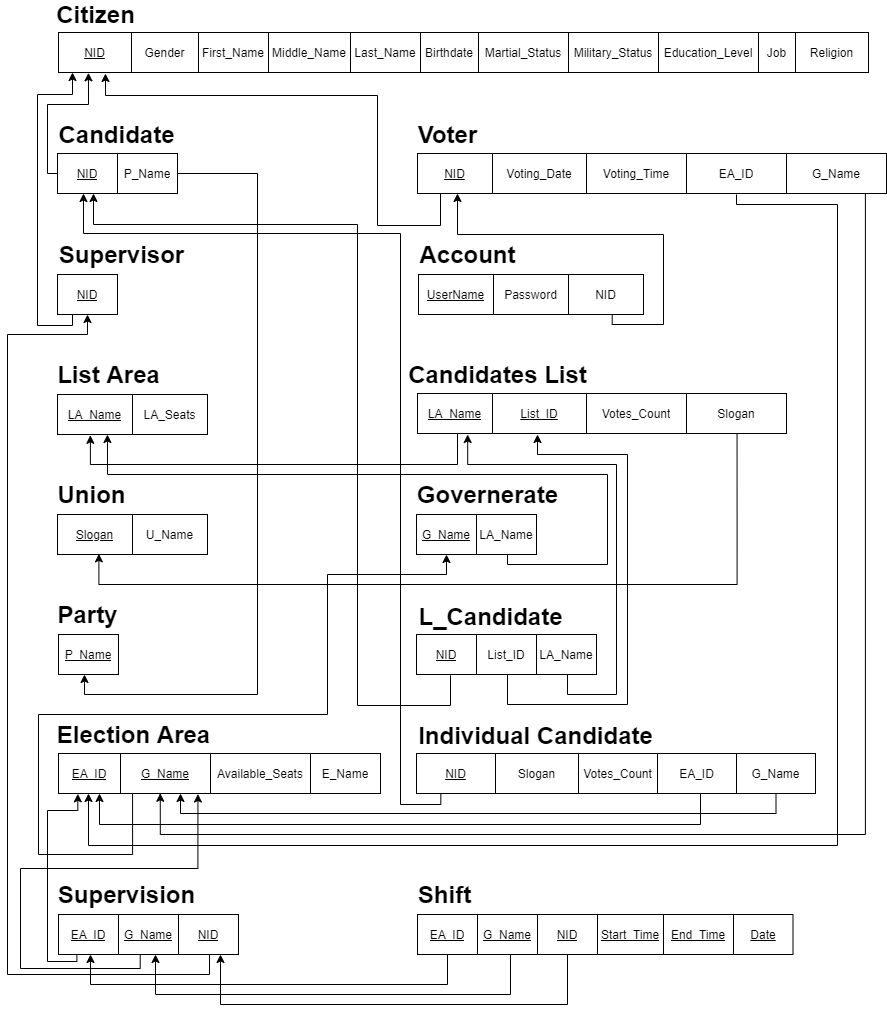
The draw.io diagram schema.png in ziad-khobeiz/e-voting-system, before a commit. Source tidied: cells renumbered, new cells last; positions are measured from the earlier drawing's top-left corner, leaving out a move shared by most shapes.
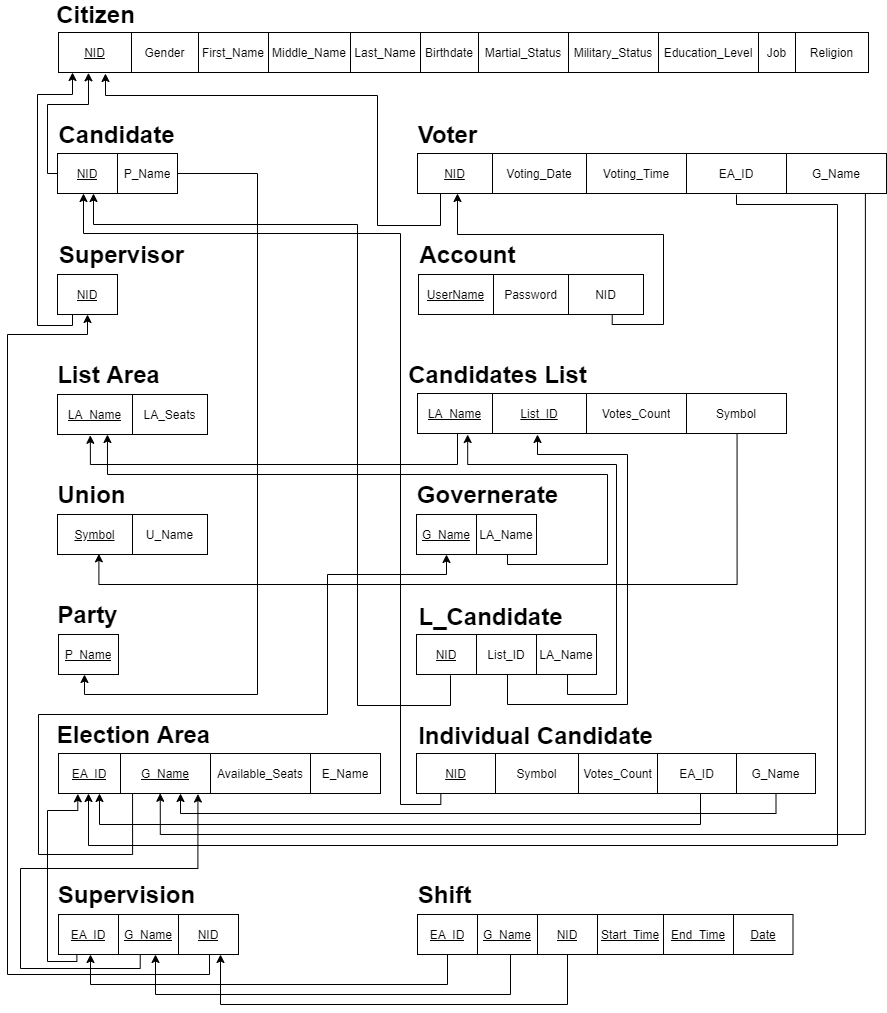
Above is the later version.

Change to the diagram source:
```diff
@@ -98,7 +98,7 @@
     <mxCell id="33" style="shape=partialRectangle;html=1;whiteSpace=wrap;fillColor=none;top=0;left=0;bottom=0;right=0;points=[[0,0.5],[1,0.5]];portConstraint=eastwest;" parent="32" vertex="1">
       <mxGeometry width="150" height="40" as="geometry" />
     </mxCell>
-    <mxCell id="34" value="&lt;u&gt;Slogan&lt;/u&gt;" style="shape=partialRectangle;html=1;whiteSpace=wrap;overflow=hidden;fillColor=none;top=0;left=0;bottom=0;right=0;" parent="33" vertex="1">
+    <mxCell id="34" value="&lt;u&gt;Symbol&lt;/u&gt;" style="shape=partialRectangle;html=1;whiteSpace=wrap;overflow=hidden;fillColor=none;top=0;left=0;bottom=0;right=0;" parent="33" vertex="1">
       <mxGeometry width="75" height="40" as="geometry" />
     </mxCell>
     <mxCell id="35" value="U_Name" style="shape=partialRectangle;html=1;whiteSpace=wrap;overflow=hidden;fillColor=none;top=0;left=0;bottom=0;right=0;" parent="33" vertex="1">
@@ -155,7 +155,7 @@
     <mxCell id="52" value="Votes_Count" style="shape=partialRectangle;html=1;whiteSpace=wrap;overflow=hidden;fillColor=none;top=0;left=0;bottom=0;right=0;" parent="49" vertex="1">
       <mxGeometry x="169" width="100" height="40" as="geometry" />
     </mxCell>
-    <mxCell id="53" value="Slogan" style="shape=partialRectangle;html=1;whiteSpace=wrap;overflow=hidden;fillColor=none;top=0;left=0;bottom=0;right=0;" parent="49" vertex="1">
+    <mxCell id="53" value="Symbol" style="shape=partialRectangle;html=1;whiteSpace=wrap;overflow=hidden;fillColor=none;top=0;left=0;bottom=0;right=0;" parent="49" vertex="1">
       <mxGeometry x="269" width="100" height="40" as="geometry" />
     </mxCell>
     <mxCell id="54" value="&lt;span style=&quot;font-size: 24px&quot;&gt;&lt;b&gt;Candidates List&lt;/b&gt;&lt;/span&gt;" style="text;html=1;align=center;verticalAlign=middle;" parent="1" vertex="1">
@@ -279,7 +279,7 @@
     <mxCell id="84" value="&lt;u&gt;NID&lt;/u&gt;" style="shape=partialRectangle;html=1;whiteSpace=wrap;overflow=hidden;fillColor=none;top=0;left=0;bottom=0;right=0;" parent="83" vertex="1">
       <mxGeometry width="79" height="40" as="geometry" />
     </mxCell>
-    <mxCell id="85" value="Slogan" style="shape=partialRectangle;html=1;whiteSpace=wrap;overflow=hidden;fillColor=none;top=0;left=0;bottom=0;right=0;" parent="83" vertex="1">
+    <mxCell id="85" value="Symbol" style="shape=partialRectangle;html=1;whiteSpace=wrap;overflow=hidden;fillColor=none;top=0;left=0;bottom=0;right=0;" parent="83" vertex="1">
       <mxGeometry x="79" width="83" height="40" as="geometry" />
     </mxCell>
     <mxCell id="86" value="Votes_Count" style="shape=partialRectangle;html=1;whiteSpace=wrap;overflow=hidden;fillColor=none;top=0;left=0;bottom=0;right=0;" parent="83" vertex="1">
```
